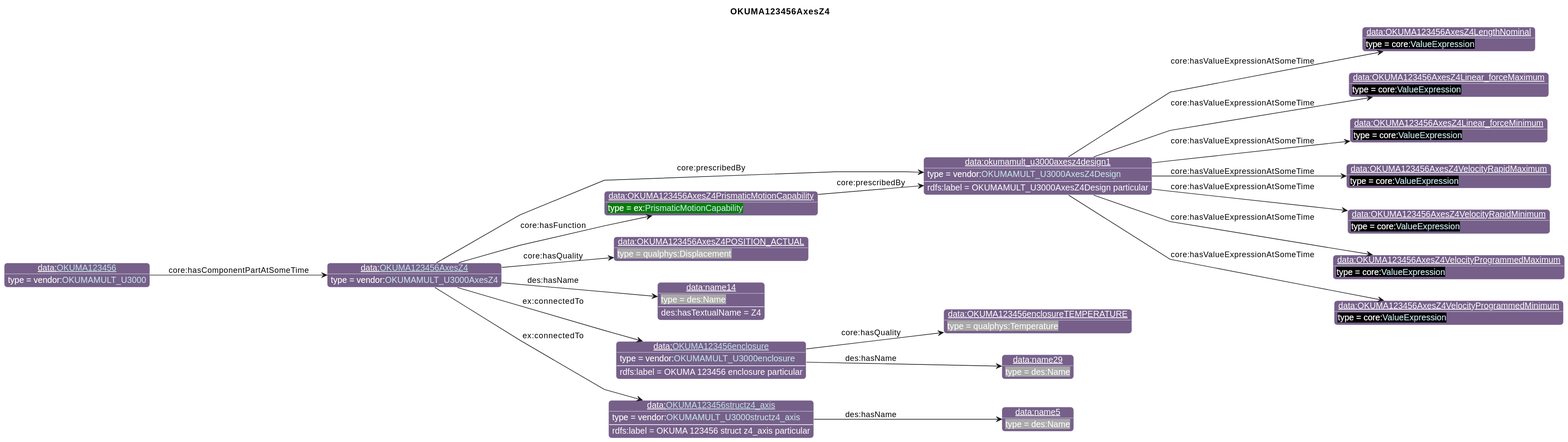
The PlantUML diagram diagrams/OKUMA123456AxesZ4.svg in iofoundry/example-syseng-mtconnect, before a commit.
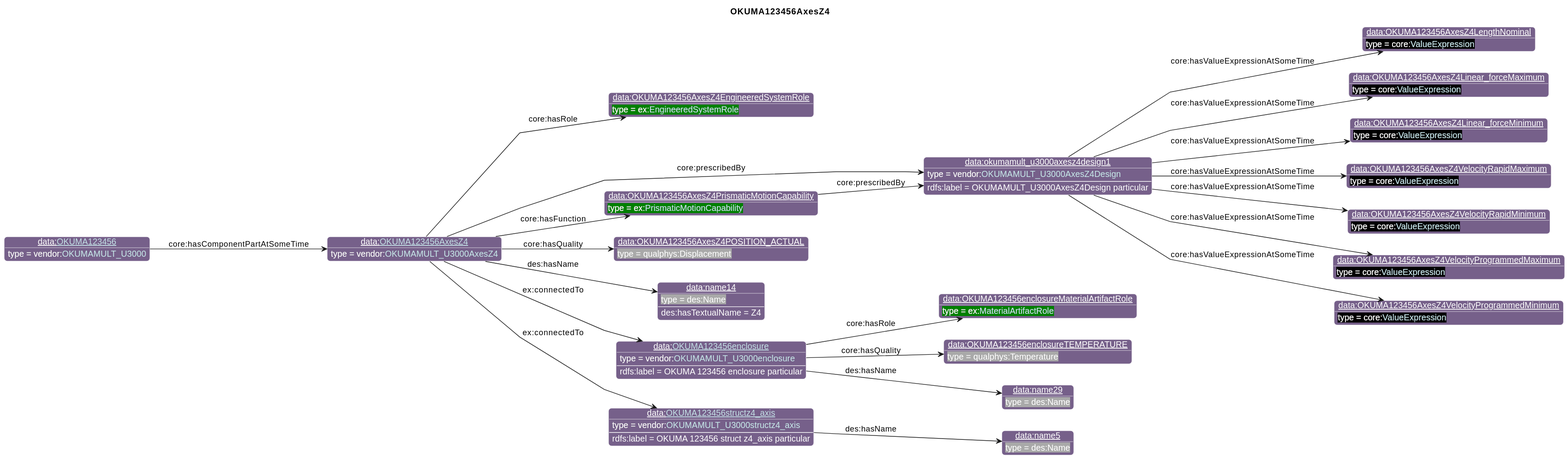
Later version of the same file.

Change to the diagram source:
```diff
@@ -26,43 +26,47 @@
                       "qp":"641B2E"
       }
 individual(o0, data:[[./OKUMA123456AxesZ4.html OKUMA123456AxesZ4]], vendor:[[../OKUMA.html#OKUMAMULT_U3000AxesZ4 OKUMAMULT_U3000AxesZ4]])
-individual(o1, data:okumamult_u3000axesz4design1, vendor:[[../OKUMA.html#OKUMAMULT_U3000AxesZ4Design OKUMAMULT_U3000AxesZ4Design]])
-individual(o2, data:OKUMA123456AxesZ4LengthNominal, core:[[https://spec.industrialontologies.org/ontology/core/Core/ValueExpression ValueExpression]])
-individual(o3, data:OKUMA123456AxesZ4Linear_forceMaximum, core:[[https://spec.industrialontologies.org/ontology/core/Core/ValueExpression ValueExpression]])
-individual(o4, data:OKUMA123456AxesZ4Linear_forceMinimum, core:[[https://spec.industrialontologies.org/ontology/core/Core/ValueExpression ValueExpression]])
-individual(o5, data:OKUMA123456AxesZ4VelocityRapidMaximum, core:[[https://spec.industrialontologies.org/ontology/core/Core/ValueExpression ValueExpression]])
-individual(o6, data:OKUMA123456AxesZ4VelocityRapidMinimum, core:[[https://spec.industrialontologies.org/ontology/core/Core/ValueExpression ValueExpression]])
-individual(o7, data:OKUMA123456AxesZ4VelocityProgrammedMaximum, core:[[https://spec.industrialontologies.org/ontology/core/Core/ValueExpression ValueExpression]])
-individual(o8, data:OKUMA123456AxesZ4VelocityProgrammedMinimum, core:[[https://spec.industrialontologies.org/ontology/core/Core/ValueExpression ValueExpression]])
-individual(o9, data:OKUMA123456AxesZ4PrismaticMotionCapability, ex:[[../Example.html#PrismaticMotionCapability PrismaticMotionCapability]])
-individual(o10, data:OKUMA123456AxesZ4POSITION_ACTUAL, qualphys:Displacement)
-individual(o11, data:name14, des:Name)
-individual(o12, data:[[./OKUMA123456enclosure.html OKUMA123456enclosure]], vendor:[[../OKUMA.html#OKUMAMULT_U3000enclosure OKUMAMULT_U3000enclosure]])
-individual(o13, data:OKUMA123456enclosureTEMPERATURE, qualphys:Temperature)
-individual(o14, data:name29, des:Name)
-individual(o15, data:[[./OKUMA123456structz4_axis.html OKUMA123456structz4_axis]], vendor:[[../OKUMA.html#OKUMAMULT_U3000structz4_axis OKUMAMULT_U3000structz4_axis]])
-individual(o16, data:name5, des:Name)
-individual(o17, data:[[./OKUMA123456.html OKUMA123456]], vendor:[[../OKUMA.html#OKUMAMULT_U3000 OKUMAMULT_U3000]])
-property(o0, "core:prescribedBy", o1)
-data(o1, "rdfs:label", "OKUMAMULT_U3000AxesZ4Design particular")
-property(o1, "core:hasValueExpressionAtSomeTime", o2)
-property(o1, "core:hasValueExpressionAtSomeTime", o3)
-property(o1, "core:hasValueExpressionAtSomeTime", o4)
-property(o1, "core:hasValueExpressionAtSomeTime", o5)
-property(o1, "core:hasValueExpressionAtSomeTime", o6)
-property(o1, "core:hasValueExpressionAtSomeTime", o7)
-property(o1, "core:hasValueExpressionAtSomeTime", o8)
-property(o0, "core:hasFunction", o9)
-property(o9, "core:prescribedBy", o1)
-property(o0, "core:hasQuality", o10)
-property(o0, "des:hasName", o11)
-data(o11, "des:hasTextualName", "Z4")
-property(o0, "ex:connectedTo", o12)
-data(o12, "rdfs:label", "OKUMA 123456 enclosure particular")
-property(o12, "core:hasQuality", o13)
-property(o12, "des:hasName", o14)
-property(o0, "ex:connectedTo", o15)
-data(o15, "rdfs:label", "OKUMA 123456 struct z4_axis particular")
-property(o15, "des:hasName", o16)
-property(o17, "core:hasComponentPartAtSomeTime", o0)
+individual(o1, data:OKUMA123456AxesZ4EngineeredSystemRole, ex:[[../Example.html#EngineeredSystemRole EngineeredSystemRole]])
+individual(o2, data:okumamult_u3000axesz4design1, vendor:[[../OKUMA.html#OKUMAMULT_U3000AxesZ4Design OKUMAMULT_U3000AxesZ4Design]])
+individual(o3, data:OKUMA123456AxesZ4LengthNominal, core:[[https://spec.industrialontologies.org/ontology/core/Core/ValueExpression ValueExpression]])
+individual(o4, data:OKUMA123456AxesZ4Linear_forceMaximum, core:[[https://spec.industrialontologies.org/ontology/core/Core/ValueExpression ValueExpression]])
+individual(o5, data:OKUMA123456AxesZ4Linear_forceMinimum, core:[[https://spec.industrialontologies.org/ontology/core/Core/ValueExpression ValueExpression]])
+individual(o6, data:OKUMA123456AxesZ4VelocityRapidMaximum, core:[[https://spec.industrialontologies.org/ontology/core/Core/ValueExpression ValueExpression]])
+individual(o7, data:OKUMA123456AxesZ4VelocityRapidMinimum, core:[[https://spec.industrialontologies.org/ontology/core/Core/ValueExpression ValueExpression]])
+individual(o8, data:OKUMA123456AxesZ4VelocityProgrammedMaximum, core:[[https://spec.industrialontologies.org/ontology/core/Core/ValueExpression ValueExpression]])
+individual(o9, data:OKUMA123456AxesZ4VelocityProgrammedMinimum, core:[[https://spec.industrialontologies.org/ontology/core/Core/ValueExpression ValueExpression]])
+individual(o10, data:OKUMA123456AxesZ4PrismaticMotionCapability, ex:[[../Example.html#PrismaticMotionCapability PrismaticMotionCapability]])
+individual(o11, data:OKUMA123456AxesZ4POSITION_ACTUAL, qualphys:Displacement)
+individual(o12, data:name14, des:Name)
+individual(o13, data:[[./OKUMA123456enclosure.html OKUMA123456enclosure]], vendor:[[../OKUMA.html#OKUMAMULT_U3000enclosure OKUMAMULT_U3000enclosure]])
+individual(o14, data:OKUMA123456enclosureMaterialArtifactRole, ex:[[../Example.html#MaterialArtifactRole MaterialArtifactRole]])
+individual(o15, data:OKUMA123456enclosureTEMPERATURE, qualphys:Temperature)
+individual(o16, data:name29, des:Name)
+individual(o17, data:[[./OKUMA123456structz4_axis.html OKUMA123456structz4_axis]], vendor:[[../OKUMA.html#OKUMAMULT_U3000structz4_axis OKUMAMULT_U3000structz4_axis]])
+individual(o18, data:name5, des:Name)
+individual(o19, data:[[./OKUMA123456.html OKUMA123456]], vendor:[[../OKUMA.html#OKUMAMULT_U3000 OKUMAMULT_U3000]])
+property(o0, "core:hasRole", o1)
+property(o0, "core:prescribedBy", o2)
+data(o2, "rdfs:label", "OKUMAMULT_U3000AxesZ4Design particular")
+property(o2, "core:hasValueExpressionAtSomeTime", o3)
+property(o2, "core:hasValueExpressionAtSomeTime", o4)
+property(o2, "core:hasValueExpressionAtSomeTime", o5)
+property(o2, "core:hasValueExpressionAtSomeTime", o6)
+property(o2, "core:hasValueExpressionAtSomeTime", o7)
+property(o2, "core:hasValueExpressionAtSomeTime", o8)
+property(o2, "core:hasValueExpressionAtSomeTime", o9)
+property(o0, "core:hasFunction", o10)
+property(o10, "core:prescribedBy", o2)
+property(o0, "core:hasQuality", o11)
+property(o0, "des:hasName", o12)
+data(o12, "des:hasTextualName", "Z4")
+property(o0, "ex:connectedTo", o13)
+data(o13, "rdfs:label", "OKUMA 123456 enclosure particular")
+property(o13, "core:hasRole", o14)
+property(o13, "core:hasQuality", o15)
+property(o13, "des:hasName", o16)
+property(o0, "ex:connectedTo", o17)
+data(o17, "rdfs:label", "OKUMA 123456 struct z4_axis particular")
+property(o17, "des:hasName", o18)
+property(o19, "core:hasComponentPartAtSomeTime", o0)
 @enduml
```
